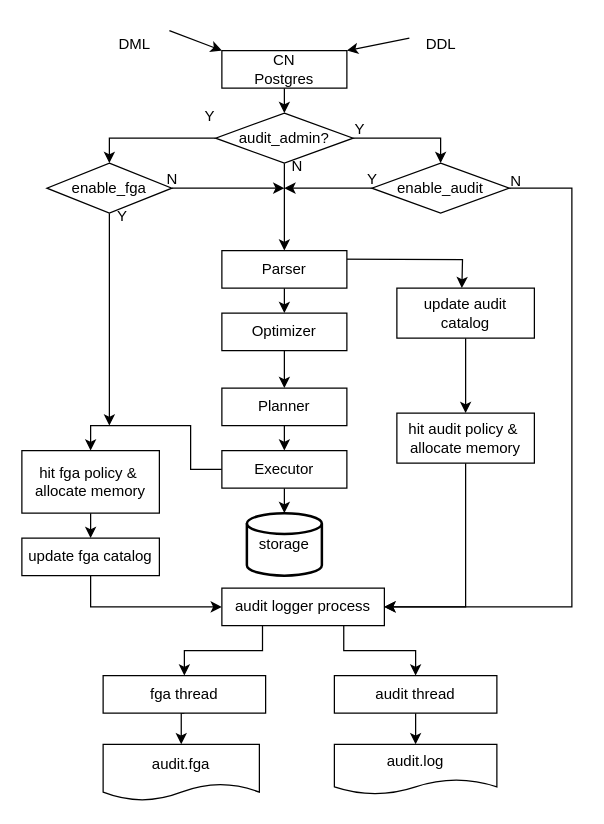
The draw.io diagram 审计总流程.drawio in hnusttyj530/fc3D, before the edit. Source tidied: cells renumbered, new cells numbered last; positions are measured from the earlier drawing's top-left corner, leaving out a move shared by most shapes. Both pictures are drawn from the tidied source at 125%, with x=0, y=0 at pixel (21, 25).
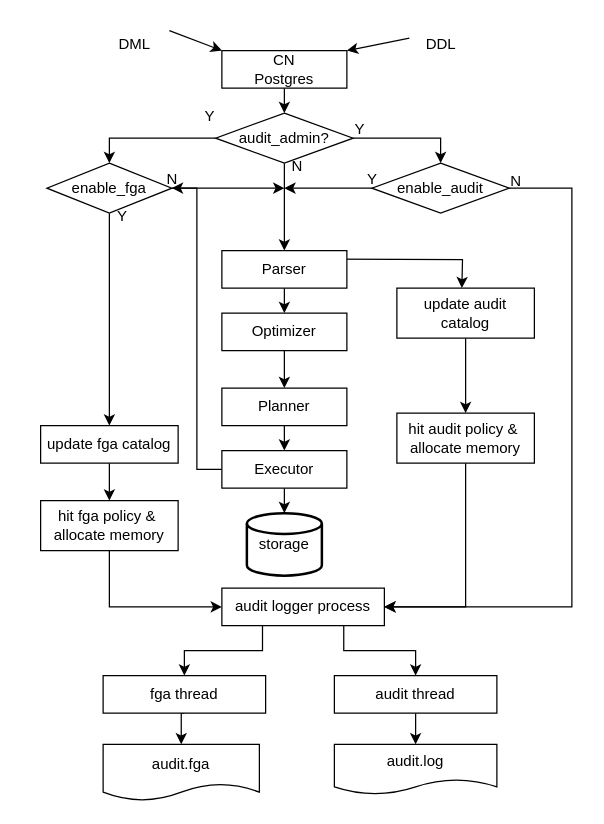
The same diagram, later.

Commit message (it also covers changes not shown here):
更新审计总流程.drawio

The change refers to these unchanged cells:
```xml
<mxCell id="13" value="Executor" style="rounded=0;whiteSpace=wrap;html=1;" parent="1" vertex="1">
  <mxGeometry x="160" y="340" width="100" height="30" as="geometry" />
</mxCell>
<mxCell id="36" value="audit logger process" style="rounded=0;whiteSpace=wrap;html=1;" parent="1" vertex="1">
  <mxGeometry x="160" y="450" width="130" height="30" as="geometry" />
</mxCell>
<mxCell id="50" value="N" style="text;html=1;align=center;verticalAlign=middle;points=[];strokeColor=none;fillColor=none;" parent="1" vertex="1">
  <mxGeometry x="105" y="108" width="30" height="30" as="geometry" />
</mxCell>
```

What changed in the source:
```diff
@@
-    <mxCell id="11" style="edgeStyle=orthogonalEdgeStyle;rounded=0;jettySize=auto;html=1;exitX=0;exitY=0.5;exitDx=0;exitDy=0;entryX=0.5;entryY=0;entryDx=0;entryDy=0;" parent="1" edge="1" source="13" target="33">
-      <mxGeometry relative="1" as="geometry" />
-    </mxCell>
@@
+    <mxCell id="53" style="edgeStyle=orthogonalEdgeStyle;rounded=0;jettySize=auto;html=1;exitX=0;exitY=0.5;exitDx=0;exitDy=0;entryX=0.5;entryY=0.733;entryDx=0;entryDy=0;entryPerimeter=0;" parent="1" edge="1" source="13" target="50">
+      <mxGeometry relative="1" as="geometry">
+        <Array as="points">
+          <mxPoint x="140" y="355" />
+          <mxPoint x="140" y="130" />
+        </Array>
+      </mxGeometry>
+    </mxCell>
@@
-    <mxCell id="30" style="edgeStyle=orthogonalEdgeStyle;rounded=0;jettySize=auto;html=1;exitX=0.5;exitY=1;exitDx=0;exitDy=0;entryX=0;entryY=0.5;entryDx=0;entryDy=0;" parent="1" edge="1" source="31" target="36">
+    <mxCell id="30" style="edgeStyle=orthogonalEdgeStyle;rounded=0;jettySize=auto;html=1;exitX=0.5;exitY=1;exitDx=0;exitDy=0;entryX=0;entryY=0.5;entryDx=0;entryDy=0;" parent="1" edge="1" source="33" target="36">
       <mxGeometry relative="1" as="geometry" />
     </mxCell>
+    <mxCell id="54" style="edgeStyle=orthogonalEdgeStyle;rounded=0;jettySize=auto;html=1;exitX=0.5;exitY=1;exitDx=0;exitDy=0;entryX=0.5;entryY=0;entryDx=0;entryDy=0;" parent="1" edge="1" source="31" target="33">
+      <mxGeometry relative="1" as="geometry" />
+    </mxCell>
     <mxCell id="31" value="update fga catalog" style="rounded=0;whiteSpace=wrap;html=1;" parent="1" vertex="1">
-      <mxGeometry y="410" width="110" height="30" as="geometry" />
+      <mxGeometry x="15" y="320" width="110" height="30" as="geometry" />
     </mxCell>
-    <mxCell id="32" style="edgeStyle=orthogonalEdgeStyle;rounded=0;jettySize=auto;html=1;exitX=0.5;exitY=1;exitDx=0;exitDy=0;entryX=0.5;entryY=0;entryDx=0;entryDy=0;" parent="1" edge="1" source="33" target="31">
-      <mxGeometry relative="1" as="geometry" />
-    </mxCell>
-    <mxCell id="33" value="&lt;div&gt;hit fga policy &amp;amp;&amp;nbsp;&lt;/div&gt;&lt;div&gt;allocate memory&lt;/div&gt;" style="rounded=0;whiteSpace=wrap;html=1;" parent="1" vertex="1">
-      <mxGeometry y="340" width="110" height="50" as="geometry" />
-    </mxCell>
@@
+    <mxCell id="33" value="&lt;div&gt;hit fga policy &amp;amp;&amp;nbsp;&lt;/div&gt;&lt;div&gt;allocate memory&lt;/div&gt;" style="rounded=0;whiteSpace=wrap;html=1;" parent="1" vertex="1">
+      <mxGeometry x="15" y="380" width="110" height="40" as="geometry" />
+    </mxCell>
```
